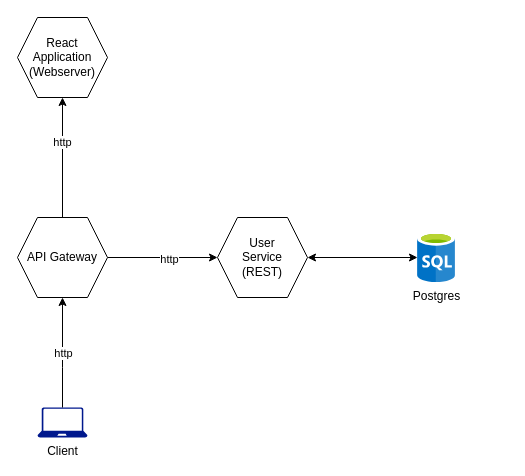
Earlier version of the draw.io diagram SystemarchitecturePlan.drawio (Daezu/diagrams). Source tidied: cells renumbered, new cells numbered last; positions are measured from the earlier drawing's top-left corner, leaving out a move shared by most shapes. Both pictures are drawn from the tidied source at 100%, with x=0, y=0 at pixel (17, 17). Pictures stored in the file or linked from it are replaced by grey dashed boxes.
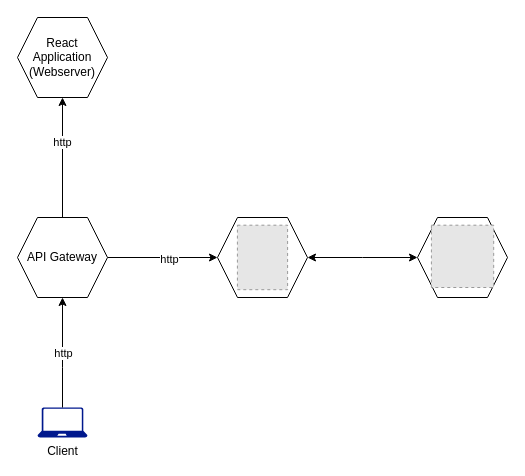
The same diagram, later.

Diff of the diagram source:
```diff
@@
 <mxGraphModel>
   <root>
     <mxCell id="0" />
     <mxCell id="1" parent="0" />
+    <mxCell id="15" style="shape=hexagon;perimeter=hexagonPerimeter2;whiteSpace=wrap;html=1;fixedSize=1;size=20;" parent="1" vertex="1">
+      <mxGeometry x="400" y="200" width="90" height="80" as="geometry" />
+    </mxCell>
     <mxCell id="2" style="edgeStyle=orthogonalEdgeStyle;rounded=0;jettySize=auto;html=1;entryX=0.5;entryY=1;entryDx=0;entryDy=0;exitX=0.5;exitY=0;exitDx=0;exitDy=0;" parent="1" edge="1" source="6" target="9">
       <mxGeometry relative="1" as="geometry" />
     </mxCell>
     <mxCell id="3" value="http" style="edgeLabel;html=1;align=center;verticalAlign=middle;" parent="2" vertex="1">
       <mxGeometry x="0.26" y="1" relative="1" as="geometry" />
     </mxCell>
     <mxCell id="4" style="edgeStyle=orthogonalEdgeStyle;rounded=0;jettySize=auto;html=1;" parent="1" edge="1" source="6" target="8">
       <mxGeometry relative="1" as="geometry" />
     </mxCell>
     <mxCell id="5" value="http" style="edgeLabel;html=1;align=center;verticalAlign=middle;" parent="4" vertex="1">
       <mxGeometry x="0.1" y="-1" relative="1" as="geometry" />
     </mxCell>
     <mxCell id="6" value="API Gateway" style="shape=hexagon;perimeter=hexagonPerimeter2;whiteSpace=wrap;html=1;fixedSize=1;size=20;" parent="1" vertex="1">
       <mxGeometry y="200" width="90" height="80" as="geometry" />
     </mxCell>
-    <mxCell id="7" style="edgeStyle=orthogonalEdgeStyle;rounded=0;jettySize=auto;html=1;startArrow=classic;startFill=1;" parent="1" edge="1" source="8" target="10">
-      <mxGeometry relative="1" as="geometry" />
+    <mxCell id="7" style="edgeStyle=orthogonalEdgeStyle;rounded=0;jettySize=auto;html=1;startArrow=classic;startFill=1;" parent="1" edge="1" source="8">
+      <mxGeometry relative="1" as="geometry">
+        <mxPoint x="400" y="240" as="targetPoint" />
+      </mxGeometry>
     </mxCell>
-    <mxCell id="8" value="User&lt;br&gt;Service&lt;br&gt;(REST)" style="shape=hexagon;perimeter=hexagonPerimeter2;whiteSpace=wrap;html=1;fixedSize=1;size=20;" parent="1" vertex="1">
+    <mxCell id="8" style="shape=hexagon;perimeter=hexagonPerimeter2;whiteSpace=wrap;html=1;fixedSize=1;size=20;" parent="1" vertex="1">
       <mxGeometry x="200" y="200" width="90" height="80" as="geometry" />
     </mxCell>
     <mxCell id="9" value="React&lt;br&gt;Application&lt;br&gt;(Webserver)" style="shape=hexagon;perimeter=hexagonPerimeter2;whiteSpace=wrap;html=1;fixedSize=1;size=20;" parent="1" vertex="1">
       <mxGeometry width="90" height="80" as="geometry" />
     </mxCell>
-    <mxCell id="10" value="Postgres" style="image;sketch=0;html=1;points=[];align=center;fontSize=12;image=img/lib/mscae/SQL_Database_generic.svg;" parent="1" vertex="1">
-      <mxGeometry x="400" y="215" width="38" height="50" as="geometry" />
-    </mxCell>
     <mxCell id="11" value="Client" style="sketch=0;shadow=0;dashed=0;html=1;strokeColor=none;labelPosition=center;verticalLabelPosition=bottom;verticalAlign=top;align=center;fillColor=#00188D;shape=mxgraph.azure.laptop;" parent="1" vertex="1">
       <mxGeometry x="20" y="390" width="50" height="30" as="geometry" />
     </mxCell>
     <mxCell id="12" style="edgeStyle=orthogonalEdgeStyle;rounded=0;jettySize=auto;html=1;entryX=0.5;entryY=1;entryDx=0;entryDy=0;exitX=0.5;exitY=0;exitDx=0;exitDy=0;exitPerimeter=0;" parent="1" edge="1" source="11" target="6">
       <mxGeometry relative="1" as="geometry">
         <Array as="points">
           <mxPoint x="45" y="350" />
           <mxPoint x="45" y="350" />
         </Array>
       </mxGeometry>
     </mxCell>
     <mxCell id="13" value="http" style="edgeLabel;html=1;align=center;verticalAlign=middle;" parent="12" vertex="1">
       <mxGeometry relative="1" as="geometry" />
     </mxCell>
     <mxCell id="14" style="edgeStyle=orthogonalEdgeStyle;rounded=0;orthogonalLoop=1;jettySize=auto;html=1;exitX=0.5;exitY=1;exitDx=0;exitDy=0;exitPerimeter=0;" parent="1" edge="1" source="11" target="11">
       <mxGeometry relative="1" as="geometry" />
     </mxCell>
+    <mxCell id="16" style="fillColor=#E6E6E6;strokeColor=#999999;dashed=1;verticalLabelPosition=bottom;labelBackgroundColor=default;verticalAlign=top;" parent="1" vertex="1">
+      <mxGeometry x="219.9" y="207.7" width="50.2" height="64.5" as="geometry" />
+    </mxCell>
+    <mxCell id="17" style="fillColor=#E6E6E6;strokeColor=#999999;dashed=1;verticalLabelPosition=bottom;labelBackgroundColor=default;verticalAlign=top;" parent="1" vertex="1">
+      <mxGeometry x="413.9" y="207.7" width="62.3" height="62.3" as="geometry" />
+    </mxCell>
   </root>
 </mxGraphModel>
```
